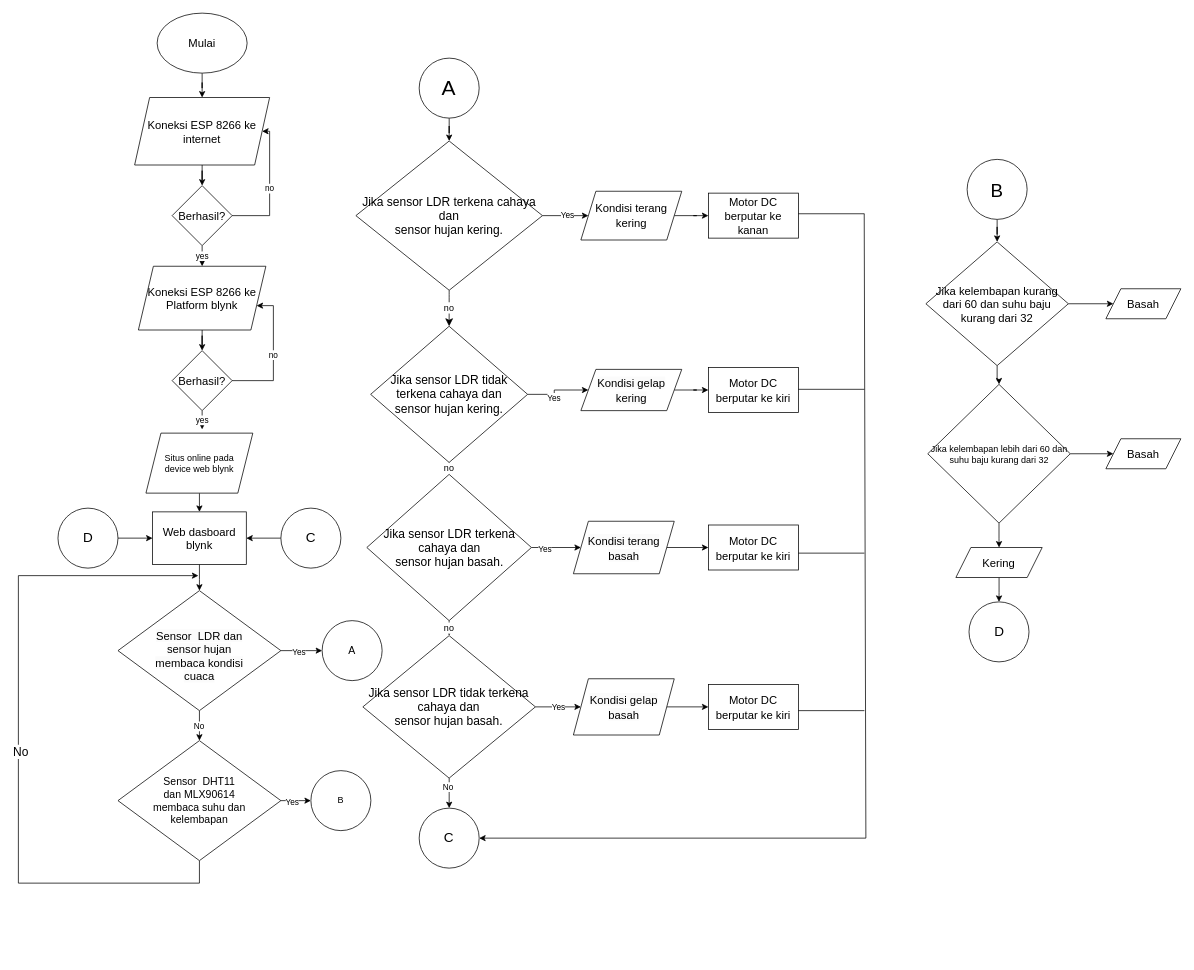
This is Untitled Diagram.drawio from briannugroho/technical-project-Assignment-1, a draw.io file, before an edit. Source tidied: cells renumbered, new cells numbered last; positions are measured from the earlier drawing's top-left corner, leaving out a move shared by most shapes. Both pictures are drawn from the tidied source at 75%, with x=0, y=0 at pixel (18, 13).
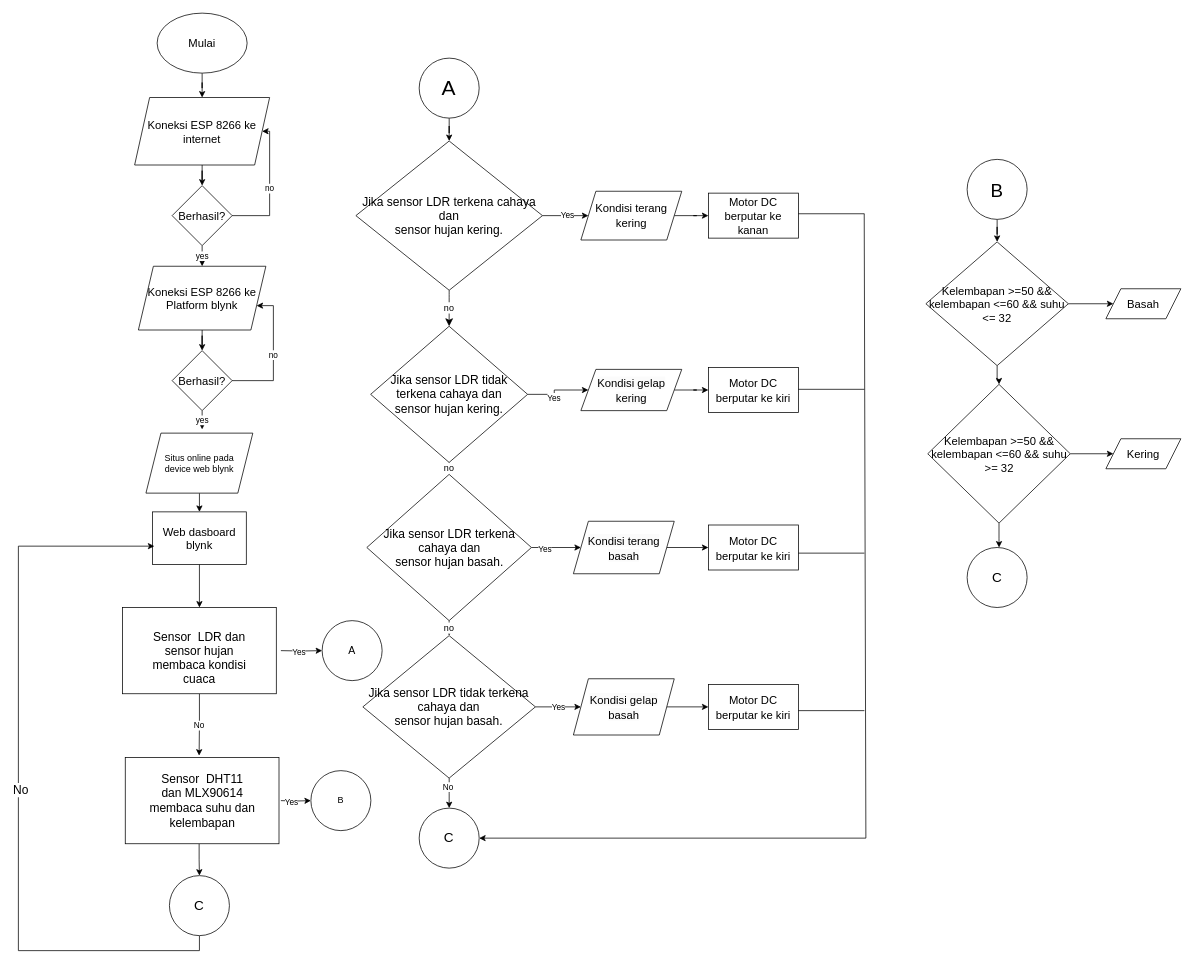
The same page after the edit.

Unchanged cells that the change refers to:
```xml
<mxCell id="15" value="&lt;font style=&quot;font-size: 15px;&quot;&gt;Web dasboard blynk&lt;/font&gt;" style="whiteSpace=wrap;html=1;" parent="1" vertex="1">
  <mxGeometry x="178.9" y="665" width="125" height="70" as="geometry" />
</mxCell>
<mxCell id="63" value="&lt;font style=&quot;font-size: 14px;&quot;&gt;A&lt;/font&gt;" style="ellipse;whiteSpace=wrap;html=1;" parent="1" vertex="1">
  <mxGeometry x="405" y="810" width="80" height="80" as="geometry" />
</mxCell>
<mxCell id="77" value="B" style="ellipse;whiteSpace=wrap;html=1;" parent="1" vertex="1">
  <mxGeometry x="390" y="1010" width="80" height="80" as="geometry" />
</mxCell>
```

Diff of the diagram source:
```diff
@@
-    <mxCell id="14" style="edgeStyle=orthogonalEdgeStyle;rounded=0;jettySize=auto;html=1;" parent="1" edge="1" source="15">
-      <mxGeometry relative="1" as="geometry">
-        <mxPoint x="241.4" y="770" as="targetPoint" />
-      </mxGeometry>
+    <mxCell id="14" style="edgeStyle=orthogonalEdgeStyle;rounded=0;jettySize=auto;html=1;entryX=0.5;entryY=0;entryDx=0;entryDy=0;" parent="1" edge="1" source="15" target="70">
+      <mxGeometry relative="1" as="geometry" />
     </mxCell>
@@
-    <mxCell id="51" value="&lt;font style=&quot;font-size: 15px;&quot;&gt;Jika kelembapan kurang dari 60 dan suhu baju kurang dari 32&lt;/font&gt;" style="rhombus;whiteSpace=wrap;html=1;" parent="1" vertex="1">
+    <mxCell id="51" value="&lt;span style=&quot;font-size: 15px;&quot;&gt;Kelembapan &amp;gt;=50 &amp;amp;&amp;amp; kelembapan &amp;lt;=60 &amp;amp;&amp;amp; suhu &amp;lt;= 32&lt;/span&gt;" style="rhombus;whiteSpace=wrap;html=1;" parent="1" vertex="1">
       <mxGeometry x="1210" y="305" width="190" height="165" as="geometry" />
     </mxCell>
@@
-    <mxCell id="53" style="edgeStyle=orthogonalEdgeStyle;rounded=0;jettySize=auto;html=1;" parent="1" edge="1" source="54" target="58">
-      <mxGeometry relative="1" as="geometry" />
+    <mxCell id="53" style="edgeStyle=orthogonalEdgeStyle;rounded=0;jettySize=auto;html=1;" parent="1" edge="1" source="54">
+      <mxGeometry relative="1" as="geometry">
+        <mxPoint x="1307.6" y="712.5" as="targetPoint" />
+      </mxGeometry>
     </mxCell>
-    <mxCell id="54" value="Jika kelembapan lebih dari 60 dan suhu baju kurang dari 32" style="rhombus;whiteSpace=wrap;html=1;" parent="1" vertex="1">
+    <mxCell id="54" value="&lt;font style=&quot;font-size: 15px;&quot;&gt;Kelembapan &amp;gt;=50 &amp;amp;&amp;amp; kelembapan &amp;lt;=60 &amp;amp;&amp;amp; suhu &amp;gt;= 32&lt;/font&gt;" style="rhombus;whiteSpace=wrap;html=1;" parent="1" vertex="1">
       <mxGeometry x="1212.5" y="495" width="190" height="185" as="geometry" />
     </mxCell>
@@
-    <mxCell id="56" value="&lt;font style=&quot;font-size: 15px;&quot;&gt;Basah&lt;/font&gt;" style="shape=parallelogram;perimeter=parallelogramPerimeter;whiteSpace=wrap;html=1;fixedSize=1;" parent="1" vertex="1">
+    <mxCell id="56" value="&lt;font style=&quot;font-size: 15px;&quot;&gt;Kering&lt;/font&gt;" style="shape=parallelogram;perimeter=parallelogramPerimeter;whiteSpace=wrap;html=1;fixedSize=1;" parent="1" vertex="1">
       <mxGeometry x="1450" y="567.5" width="100" height="40" as="geometry" />
     </mxCell>
-    <mxCell id="57" style="edgeStyle=orthogonalEdgeStyle;rounded=0;jettySize=auto;html=1;" parent="1" edge="1" source="58" target="59">
-      <mxGeometry relative="1" as="geometry" />
-    </mxCell>
-    <mxCell id="58" value="&lt;font style=&quot;font-size: 15px;&quot;&gt;Kering&lt;/font&gt;" style="shape=parallelogram;perimeter=parallelogramPerimeter;whiteSpace=wrap;html=1;fixedSize=1;" parent="1" vertex="1">
-      <mxGeometry x="1250" y="712.5" width="115.1" height="40" as="geometry" />
-    </mxCell>
-    <mxCell id="59" value="&lt;span style=&quot;font-size: 18px;&quot;&gt;D&lt;/span&gt;" style="ellipse;whiteSpace=wrap;html=1;" parent="1" vertex="1">
-      <mxGeometry x="1267.5" y="785" width="80" height="80" as="geometry" />
+    <mxCell id="59" value="&lt;span style=&quot;font-size: 18px;&quot;&gt;C&lt;/span&gt;" style="ellipse;whiteSpace=wrap;html=1;" parent="1" vertex="1">
+      <mxGeometry x="1265" y="712.5" width="80" height="80" as="geometry" />
     </mxCell>
@@
     <mxCell id="66" style="edgeStyle=orthogonalEdgeStyle;rounded=0;jettySize=auto;html=1;" parent="1" edge="1" source="70">
       <mxGeometry relative="1" as="geometry">
-        <mxPoint x="241.4" y="970" as="targetPoint" />
+        <mxPoint x="241" y="990" as="targetPoint" />
       </mxGeometry>
     </mxCell>
@@
-    <mxCell id="68" style="edgeStyle=orthogonalEdgeStyle;rounded=0;jettySize=auto;html=1;" parent="1" edge="1" source="70" target="63">
-      <mxGeometry relative="1" as="geometry" />
+    <mxCell id="68" style="edgeStyle=orthogonalEdgeStyle;rounded=0;jettySize=auto;html=1;" parent="1" edge="1" target="63">
+      <mxGeometry relative="1" as="geometry">
+        <mxPoint x="350" y="850" as="sourcePoint" />
+      </mxGeometry>
     </mxCell>
@@
-    <mxCell id="70" value="&lt;br&gt;&lt;span style=&quot;color: rgb(0, 0, 0); font-family: Helvetica; font-size: 15px; font-style: normal; font-variant-ligatures: normal; font-variant-caps: normal; font-weight: 400; letter-spacing: normal; orphans: 2; text-align: center; text-indent: 0px; text-transform: none; widows: 2; word-spacing: 0px; -webkit-text-stroke-width: 0px; background-color: rgb(251, 251, 251); text-decoration-thickness: initial; text-decoration-style: initial; text-decoration-color: initial; float: none; display: inline !important;&quot;&gt;Sensor&amp;nbsp; LDR dan &lt;br&gt;sensor hujan&lt;br&gt;membaca kondisi&lt;br&gt;cuaca&lt;/span&gt;&lt;br&gt;" style="rhombus;whiteSpace=wrap;html=1;" parent="1" vertex="1">
-      <mxGeometry x="132.8" y="770" width="217.2" height="160" as="geometry" />
-    </mxCell>
@@
-    <mxCell id="72" style="edgeStyle=orthogonalEdgeStyle;rounded=0;jettySize=auto;html=1;" parent="1" edge="1" source="76" target="77">
-      <mxGeometry relative="1" as="geometry" />
+    <mxCell id="72" style="edgeStyle=orthogonalEdgeStyle;rounded=0;jettySize=auto;html=1;" parent="1" edge="1" target="77">
+      <mxGeometry relative="1" as="geometry">
+        <mxPoint x="350" y="1050" as="sourcePoint" />
+      </mxGeometry>
     </mxCell>
@@
-    <mxCell id="74" style="edgeStyle=orthogonalEdgeStyle;rounded=0;jettySize=auto;html=1;exitX=0.5;exitY=1;exitDx=0;exitDy=0;" parent="1" edge="1" source="76">
+    <mxCell id="74" style="edgeStyle=orthogonalEdgeStyle;rounded=0;jettySize=auto;html=1;entryX=0.019;entryY=0.653;entryDx=0;entryDy=0;entryPerimeter=0;exitX=0.5;exitY=1;exitDx=0;exitDy=0;" parent="1" edge="1" source="79" target="15">
       <mxGeometry relative="1" as="geometry">
-        <mxPoint x="240" y="750" as="targetPoint" />
         <Array as="points">
-          <mxPoint x="241" y="1160" />
-          <mxPoint y="1160" />
-          <mxPoint y="750" />
+          <mxPoint x="241" y="1250" />
+          <mxPoint y="1250" />
+          <mxPoint y="711" />
         </Array>
       </mxGeometry>
     </mxCell>
@@
-    <mxCell id="76" value="&lt;font style=&quot;font-size: 14px;&quot;&gt;Sensor&amp;nbsp; DHT11&lt;br&gt;dan MLX90614&lt;br&gt;membaca suhu dan&lt;br&gt;kelembapan&lt;/font&gt;" style="rhombus;whiteSpace=wrap;html=1;" parent="1" vertex="1">
-      <mxGeometry x="132.8" y="970" width="217.2" height="160" as="geometry" />
-    </mxCell>
+    <mxCell id="85" style="edgeStyle=orthogonalEdgeStyle;rounded=0;jettySize=auto;html=1;" parent="1" edge="1" source="76" target="79">
+      <mxGeometry relative="1" as="geometry">
+        <Array as="points">
+          <mxPoint x="241" y="1129" />
+        </Array>
+      </mxGeometry>
+    </mxCell>
@@
-    <mxCell id="78" style="edgeStyle=orthogonalEdgeStyle;rounded=0;jettySize=auto;html=1;" parent="1" edge="1" source="79" target="15">
-      <mxGeometry relative="1" as="geometry" />
-    </mxCell>
-    <mxCell id="79" value="&lt;font style=&quot;font-size: 18px;&quot;&gt;C&lt;/font&gt;" style="ellipse;whiteSpace=wrap;html=1;" parent="1" vertex="1">
-      <mxGeometry x="350" y="660" width="80" height="80" as="geometry" />
-    </mxCell>
-    <mxCell id="80" style="edgeStyle=orthogonalEdgeStyle;rounded=0;jettySize=auto;html=1;" parent="1" edge="1" source="81" target="15">
-      <mxGeometry relative="1" as="geometry" />
-    </mxCell>
-    <mxCell id="81" value="&lt;span style=&quot;font-size: 18px;&quot;&gt;D&lt;/span&gt;" style="ellipse;whiteSpace=wrap;html=1;" parent="1" vertex="1">
-      <mxGeometry x="52.8" y="660" width="80" height="80" as="geometry" />
-    </mxCell>
@@
+    <mxCell id="79" value="&lt;font style=&quot;font-size: 18px;&quot;&gt;C&lt;/font&gt;" style="ellipse;whiteSpace=wrap;html=1;" parent="1" vertex="1">
+      <mxGeometry x="201.4" y="1150" width="80" height="80" as="geometry" />
+    </mxCell>
+    <mxCell id="70" value="&lt;font style=&quot;font-size: 16px;&quot;&gt;&lt;br style=&quot;border-color: var(--border-color);&quot;&gt;Sensor&amp;nbsp; LDR dan&lt;br style=&quot;border-color: var(--border-color);&quot;&gt;sensor hujan&lt;br style=&quot;border-color: var(--border-color);&quot;&gt;membaca kondisi&lt;br style=&quot;border-color: var(--border-color);&quot;&gt;cuaca&lt;/font&gt;" style="rounded=0;whiteSpace=wrap;html=1;" parent="1" vertex="1">
+      <mxGeometry x="138.9" y="792.5" width="205" height="115" as="geometry" />
+    </mxCell>
+    <mxCell id="76" value="&lt;font style=&quot;font-size: 16px;&quot;&gt;Sensor&amp;nbsp; DHT11&lt;br style=&quot;border-color: var(--border-color);&quot;&gt;dan MLX90614&lt;br style=&quot;border-color: var(--border-color);&quot;&gt;membaca suhu dan&lt;br style=&quot;border-color: var(--border-color);&quot;&gt;kelembapan&lt;/font&gt;" style="rounded=0;whiteSpace=wrap;html=1;" parent="1" vertex="1">
+      <mxGeometry x="142.5" y="992.5" width="205" height="115" as="geometry" />
+    </mxCell>
```
